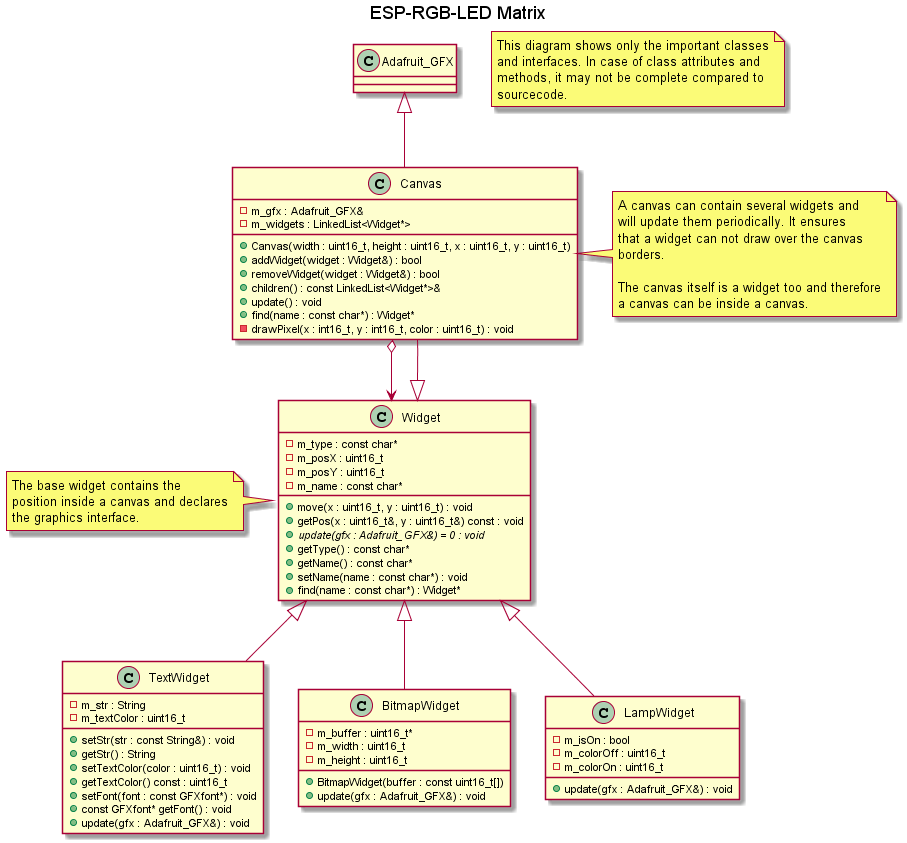
The PlantUML diagram doc/design/widgets.png in BlueAndi/Pixelix, before a commit.
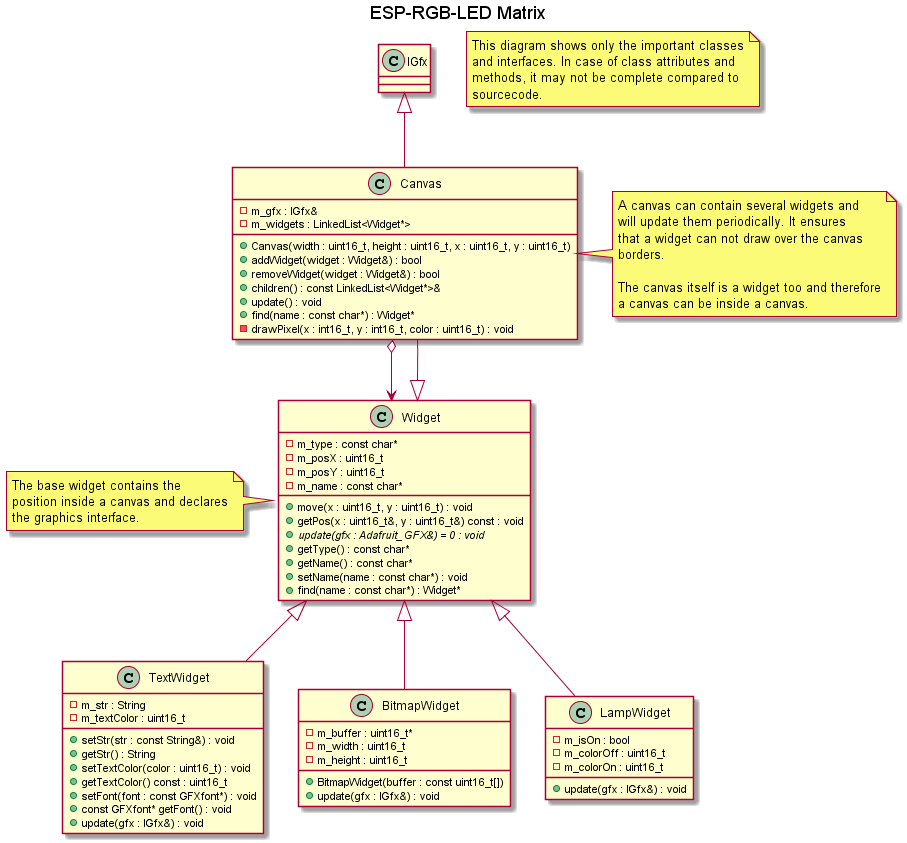
Above is the later version.

Commit message:
Widgets are using IGfx as well.

What changed in the source:
```diff
@@ -9,10 +9,10 @@
     sourcecode.
 end note
 
-class Adafruit_GFX
+class IGfx
 
 class Canvas {
-    - m_gfx : Adafruit_GFX&
+    - m_gfx : IGfx&
     - m_widgets : LinkedList<Widget*>
     + Canvas(width : uint16_t, height : uint16_t, x : uint16_t, y : uint16_t)
     + addWidget(widget : Widget&) : bool
@@ -23,7 +23,7 @@
     - drawPixel(x : int16_t, y : int16_t, color : uint16_t) : void
 }
 
-Adafruit_GFX <|-- Canvas
+IGfx <|-- Canvas
 Widget <|-- Canvas
 Canvas o--> Widget
 
@@ -66,7 +66,7 @@
     + getTextColor() const : uint16_t
     + setFont(font : const GFXfont*) : void
     + const GFXfont* getFont() : void
-    + update(gfx : Adafruit_GFX&) : void
+    + update(gfx : IGfx&) : void
 }
 
 Widget <|-- TextWidget
@@ -76,7 +76,7 @@
     - m_width : uint16_t
     - m_height : uint16_t
     + BitmapWidget(buffer : const uint16_t[])
-    + update(gfx : Adafruit_GFX&) : void
+    + update(gfx : IGfx&) : void
 }
 
 Widget <|-- BitmapWidget
@@ -85,7 +85,7 @@
     - m_isOn : bool
     - m_colorOff : uint16_t
     - m_colorOn : uint16_t
-    + update(gfx : Adafruit_GFX&) : void
+    + update(gfx : IGfx&) : void
 }
 
 Widget <|-- LampWidget
```
